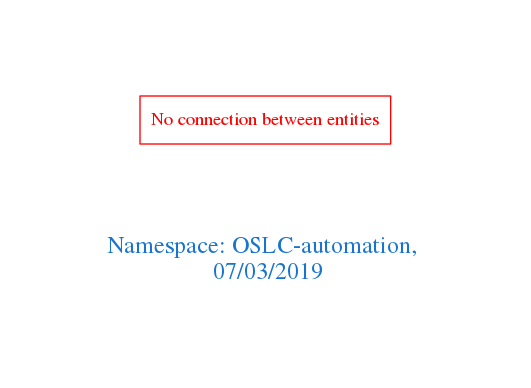
Above: downloads/OSLC-automation.png in arago/OGIT (Graphviz), before the change. Its source is kept beside it as downloads/OSLC-automation.dot.
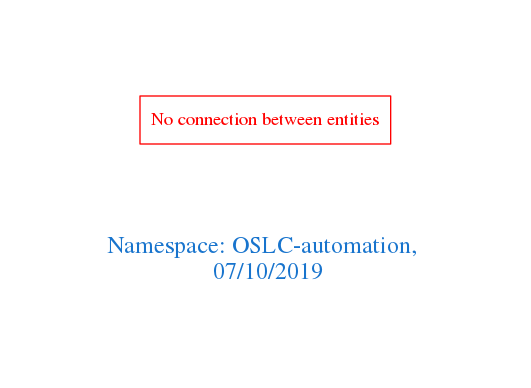
After the commit.

Diff of the diagram source:
```diff
@@ -1,7 +1,7 @@
 digraph OGIT_ontology {
  graph [ rankdir= LR,pad=1
 fontsize = 18,
-fontcolor= dodgerblue3,label = "\n\n\nNamespace: OSLC-automation, \n 07/03/2019"];
+fontcolor= dodgerblue3,label = "\n\n\nNamespace: OSLC-automation, \n 07/10/2019"];
 node[shape=polygon];
 edge [  color="gray81"];
 
```
